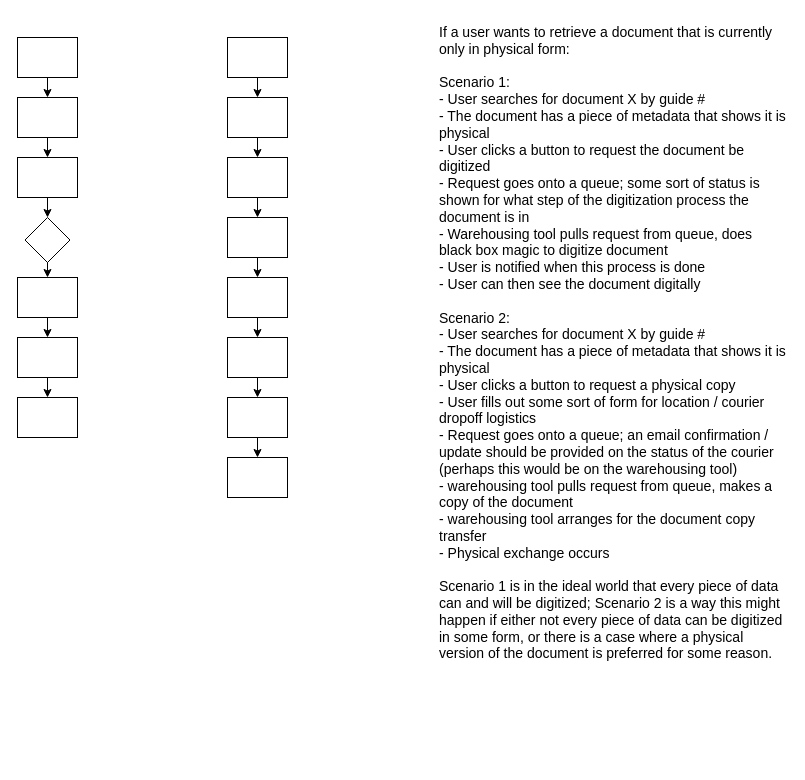
Above: page "Phys. Document Retrieval" (4 of 4) of Drawings/Workflows.drawio in flare891/rmslow (draw.io), before the change. Source tidied: cells renumbered, new cells numbered last; positions are measured from the earlier drawing's top-left corner, leaving out a move shared by most shapes. Both pictures are drawn from the tidied source at 100%, with x=0, y=0 at pixel (17, 17).
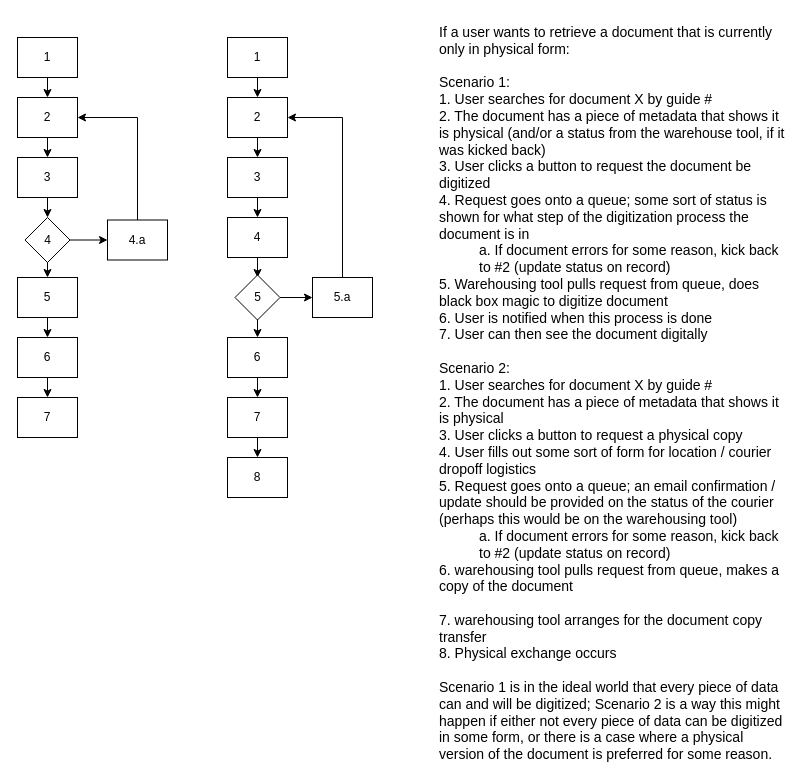
The same diagram, later.

The edit, as a diff of the source:
```diff
@@
-    <mxCell id="2" value="&lt;font style=&quot;font-size: 14px&quot;&gt;If a user wants to retrieve a document that is currently only in physical form:&lt;br&gt;&lt;br&gt;Scenario 1:&lt;br&gt;- User searches for document X by guide #&lt;br&gt;- The document has a piece of metadata that shows it is physical&lt;br&gt;- User clicks a button to request the document be digitized&lt;br&gt;- Request goes onto a queue; some sort of status is shown for what step of the digitization process the document is in&lt;br&gt;- Warehousing tool pulls request from queue, does black box magic to digitize document&lt;br&gt;- User is notified when this process is done&lt;br&gt;- User can then see the document digitally&lt;br&gt;&lt;br&gt;Scenario 2:&lt;br&gt;- User searches for document X by guide #&lt;br&gt;- The document has a piece of metadata that shows it is physical&lt;br&gt;- User clicks a button to request a physical copy&lt;br&gt;- User fills out some sort of form for location / courier dropoff logistics&lt;br&gt;- Request goes onto a queue; an email confirmation / update should be provided on the status of the courier (perhaps this would be on the warehousing tool)&lt;br&gt;- warehousing tool pulls request from queue, makes a copy of the document&lt;br&gt;- warehousing tool arranges for the document copy transfer&lt;br&gt;- Physical exchange occurs&lt;br&gt;&lt;br&gt;Scenario 1 is in the ideal world that every piece of data can and will be digitized; Scenario 2 is a way this might happen if either not every piece of data can be digitized in some form, or there is a case where a physical version of the document is preferred for some reason.&lt;/font&gt;" style="text;whiteSpace=wrap;html=1;fontSize=12;" parent="1" vertex="1">
-      <mxGeometry x="420" width="350" height="680" as="geometry" />
+    <mxCell id="2" value="&lt;font style=&quot;font-size: 14px&quot;&gt;If a user wants to retrieve a document that is currently only in physical form:&lt;br&gt;&lt;br&gt;Scenario 1:&lt;br&gt;1. User searches for document X by guide #&lt;br&gt;2. The document has a piece of metadata that shows it is physical (and/or a status from the warehouse tool, if it was kicked back)&lt;br&gt;3. User clicks a button to request the document be digitized&lt;br&gt;4. Request goes onto a queue; some sort of status is shown for what step of the digitization process the document is in&lt;br&gt;&lt;blockquote style=&quot;margin: 0 0 0 40px ; border: none ; padding: 0px&quot;&gt;&lt;font style=&quot;font-size: 14px&quot;&gt;a. If document errors for some reason, kick back to #2 (update status on record)&lt;/font&gt;&lt;/blockquote&gt;5. Warehousing tool pulls request from queue, does black box magic to digitize document&lt;br&gt;6. User is notified when this process is done&lt;br&gt;7. User can then see the document digitally&lt;br&gt;&lt;br&gt;Scenario 2:&lt;br&gt;1. User searches for document X by guide #&lt;br&gt;2. The document has a piece of metadata that shows it is physical&lt;br&gt;3. User clicks a button to request a physical copy&lt;br&gt;4. User fills out some sort of form for location / courier dropoff logistics&lt;br&gt;5. Request goes onto a queue; an email confirmation / update should be provided on the status of the courier (perhaps this would be on the warehousing tool)&lt;br&gt;&lt;blockquote style=&quot;margin: 0px 0px 0px 40px ; border: none ; padding: 0px&quot;&gt;a. If document errors for some reason, kick back to #2 (update status on record)&lt;/blockquote&gt;6. warehousing tool pulls request from queue, makes a copy of the document&lt;br&gt;&lt;br&gt;7. warehousing tool arranges for the document copy transfer&lt;br&gt;8. Physical exchange occurs&lt;br&gt;&lt;br&gt;Scenario 1 is in the ideal world that every piece of data can and will be digitized; Scenario 2 is a way this might happen if either not every piece of data can be digitized in some form, or there is a case where a physical version of the document is preferred for some reason.&lt;/font&gt;" style="text;whiteSpace=wrap;html=1;fontSize=12;" parent="1" vertex="1">
+      <mxGeometry x="420" width="350" height="740" as="geometry" />
     </mxCell>
-    <mxCell id="3" style="edgeStyle=orthogonalEdgeStyle;rounded=0;jettySize=auto;html=1;exitX=0.5;exitY=1;exitDx=0;exitDy=0;entryX=0.5;entryY=0;entryDx=0;entryDy=0;fontSize=12;" parent="1" edge="1" source="4" target="6">
+    <mxCell id="3" style="edgeStyle=orthogonalEdgeStyle;rounded=0;jettySize=auto;html=1;exitX=0.5;exitY=1;exitDx=0;exitDy=0;entryX=0.5;entryY=0;entryDx=0;entryDy=0;fontSize=12;align=center;" parent="1" edge="1" source="4" target="6">
       <mxGeometry relative="1" as="geometry" />
     </mxCell>
-    <mxCell id="4" style="rounded=0;whiteSpace=wrap;html=1;fontSize=12;align=left;" parent="1" vertex="1">
+    <mxCell id="4" value="1" style="rounded=0;whiteSpace=wrap;html=1;fontSize=12;align=center;" parent="1" vertex="1">
       <mxGeometry y="20" width="60" height="40" as="geometry" />
     </mxCell>
-    <mxCell id="5" style="edgeStyle=orthogonalEdgeStyle;rounded=0;jettySize=auto;html=1;exitX=0.5;exitY=1;exitDx=0;exitDy=0;entryX=0.5;entryY=0;entryDx=0;entryDy=0;fontSize=12;" parent="1" edge="1" source="6" target="8">
+    <mxCell id="5" style="edgeStyle=orthogonalEdgeStyle;rounded=0;jettySize=auto;html=1;exitX=0.5;exitY=1;exitDx=0;exitDy=0;entryX=0.5;entryY=0;entryDx=0;entryDy=0;fontSize=12;align=center;" parent="1" edge="1" source="6" target="8">
       <mxGeometry relative="1" as="geometry" />
     </mxCell>
-    <mxCell id="6" style="rounded=0;whiteSpace=wrap;html=1;fontSize=12;align=left;" parent="1" vertex="1">
+    <mxCell id="6" value="2" style="rounded=0;whiteSpace=wrap;html=1;fontSize=12;align=center;" parent="1" vertex="1">
       <mxGeometry y="80" width="60" height="40" as="geometry" />
     </mxCell>
-    <mxCell id="7" style="edgeStyle=orthogonalEdgeStyle;rounded=0;jettySize=auto;html=1;exitX=0.5;exitY=1;exitDx=0;exitDy=0;entryX=0.5;entryY=0;entryDx=0;entryDy=0;fontSize=12;" parent="1" edge="1" source="8">
+    <mxCell id="7" style="edgeStyle=orthogonalEdgeStyle;rounded=0;jettySize=auto;html=1;exitX=0.5;exitY=1;exitDx=0;exitDy=0;entryX=0.5;entryY=0;entryDx=0;entryDy=0;fontSize=12;align=center;" parent="1" edge="1" source="8">
       <mxGeometry relative="1" as="geometry">
         <mxPoint x="30" y="200" as="targetPoint" />
       </mxGeometry>
     </mxCell>
-    <mxCell id="8" style="rounded=0;whiteSpace=wrap;html=1;fontSize=12;align=left;" parent="1" vertex="1">
+    <mxCell id="8" value="3" style="rounded=0;whiteSpace=wrap;html=1;fontSize=12;align=center;" parent="1" vertex="1">
       <mxGeometry y="140" width="60" height="40" as="geometry" />
     </mxCell>
-    <mxCell id="9" style="edgeStyle=orthogonalEdgeStyle;rounded=0;jettySize=auto;html=1;exitX=0.5;exitY=1;exitDx=0;exitDy=0;entryX=0.5;entryY=0;entryDx=0;entryDy=0;fontSize=12;" parent="1" edge="1" target="11">
+    <mxCell id="9" style="edgeStyle=orthogonalEdgeStyle;rounded=0;jettySize=auto;html=1;exitX=0.5;exitY=1;exitDx=0;exitDy=0;entryX=0.5;entryY=0;entryDx=0;entryDy=0;fontSize=12;align=center;" parent="1" edge="1" target="11">
       <mxGeometry relative="1" as="geometry">
         <mxPoint x="30" y="240" as="sourcePoint" />
       </mxGeometry>
     </mxCell>
-    <mxCell id="10" style="edgeStyle=orthogonalEdgeStyle;rounded=0;jettySize=auto;html=1;exitX=0.5;exitY=1;exitDx=0;exitDy=0;entryX=0.5;entryY=0;entryDx=0;entryDy=0;fontSize=12;" parent="1" edge="1" source="11" target="13">
+    <mxCell id="10" style="edgeStyle=orthogonalEdgeStyle;rounded=0;jettySize=auto;html=1;exitX=0.5;exitY=1;exitDx=0;exitDy=0;entryX=0.5;entryY=0;entryDx=0;entryDy=0;fontSize=12;align=center;" parent="1" edge="1" source="11" target="13">
       <mxGeometry relative="1" as="geometry" />
     </mxCell>
-    <mxCell id="11" style="rounded=0;whiteSpace=wrap;html=1;fontSize=12;align=left;" parent="1" vertex="1">
+    <mxCell id="11" value="5" style="rounded=0;whiteSpace=wrap;html=1;fontSize=12;align=center;" parent="1" vertex="1">
       <mxGeometry y="260" width="60" height="40" as="geometry" />
     </mxCell>
-    <mxCell id="12" style="edgeStyle=orthogonalEdgeStyle;rounded=0;jettySize=auto;html=1;exitX=0.5;exitY=1;exitDx=0;exitDy=0;entryX=0.5;entryY=0;entryDx=0;entryDy=0;fontSize=12;" parent="1" edge="1" source="13" target="14">
+    <mxCell id="12" style="edgeStyle=orthogonalEdgeStyle;rounded=0;jettySize=auto;html=1;exitX=0.5;exitY=1;exitDx=0;exitDy=0;entryX=0.5;entryY=0;entryDx=0;entryDy=0;fontSize=12;align=center;" parent="1" edge="1" source="13" target="14">
       <mxGeometry relative="1" as="geometry" />
     </mxCell>
-    <mxCell id="13" style="rounded=0;whiteSpace=wrap;html=1;fontSize=12;align=left;" parent="1" vertex="1">
+    <mxCell id="13" value="6" style="rounded=0;whiteSpace=wrap;html=1;fontSize=12;align=center;" parent="1" vertex="1">
       <mxGeometry y="320" width="60" height="40" as="geometry" />
     </mxCell>
-    <mxCell id="14" style="rounded=0;whiteSpace=wrap;html=1;fontSize=12;align=left;" parent="1" vertex="1">
+    <mxCell id="14" value="7" style="rounded=0;whiteSpace=wrap;html=1;fontSize=12;align=center;" parent="1" vertex="1">
       <mxGeometry y="380" width="60" height="40" as="geometry" />
     </mxCell>
-    <mxCell id="15" style="edgeStyle=orthogonalEdgeStyle;rounded=0;jettySize=auto;html=1;exitX=0.5;exitY=1;exitDx=0;exitDy=0;entryX=0.5;entryY=0;entryDx=0;entryDy=0;fontSize=12;" parent="1" edge="1" source="16" target="18">
+    <mxCell id="15" style="edgeStyle=orthogonalEdgeStyle;rounded=0;jettySize=auto;html=1;exitX=0.5;exitY=1;exitDx=0;exitDy=0;entryX=0.5;entryY=0;entryDx=0;entryDy=0;fontSize=12;align=center;" parent="1" edge="1" source="16" target="18">
       <mxGeometry relative="1" as="geometry" />
     </mxCell>
-    <mxCell id="16" style="rounded=0;whiteSpace=wrap;html=1;fontSize=12;align=left;" parent="1" vertex="1">
+    <mxCell id="16" value="1" style="rounded=0;whiteSpace=wrap;html=1;fontSize=12;align=center;" parent="1" vertex="1">
       <mxGeometry x="210" y="20" width="60" height="40" as="geometry" />
     </mxCell>
-    <mxCell id="17" style="edgeStyle=orthogonalEdgeStyle;rounded=0;jettySize=auto;html=1;exitX=0.5;exitY=1;exitDx=0;exitDy=0;entryX=0.5;entryY=0;entryDx=0;entryDy=0;fontSize=12;" parent="1" edge="1" source="18" target="20">
+    <mxCell id="17" style="edgeStyle=orthogonalEdgeStyle;rounded=0;jettySize=auto;html=1;exitX=0.5;exitY=1;exitDx=0;exitDy=0;entryX=0.5;entryY=0;entryDx=0;entryDy=0;fontSize=12;align=center;" parent="1" edge="1" source="18" target="20">
       <mxGeometry relative="1" as="geometry" />
     </mxCell>
-    <mxCell id="18" style="rounded=0;whiteSpace=wrap;html=1;fontSize=12;align=left;" parent="1" vertex="1">
+    <mxCell id="18" value="2" style="rounded=0;whiteSpace=wrap;html=1;fontSize=12;align=center;" parent="1" vertex="1">
       <mxGeometry x="210" y="80" width="60" height="40" as="geometry" />
     </mxCell>
-    <mxCell id="19" style="edgeStyle=orthogonalEdgeStyle;rounded=0;jettySize=auto;html=1;exitX=0.5;exitY=1;exitDx=0;exitDy=0;entryX=0.5;entryY=0;entryDx=0;entryDy=0;fontSize=12;" parent="1" edge="1" source="20" target="22">
+    <mxCell id="19" style="edgeStyle=orthogonalEdgeStyle;rounded=0;jettySize=auto;html=1;exitX=0.5;exitY=1;exitDx=0;exitDy=0;entryX=0.5;entryY=0;entryDx=0;entryDy=0;fontSize=12;align=center;" parent="1" edge="1" source="20" target="22">
       <mxGeometry relative="1" as="geometry" />
     </mxCell>
-    <mxCell id="20" style="rounded=0;whiteSpace=wrap;html=1;fontSize=12;align=left;" parent="1" vertex="1">
+    <mxCell id="20" value="3" style="rounded=0;whiteSpace=wrap;html=1;fontSize=12;align=center;" parent="1" vertex="1">
       <mxGeometry x="210" y="140" width="60" height="40" as="geometry" />
     </mxCell>
-    <mxCell id="21" style="edgeStyle=orthogonalEdgeStyle;rounded=0;jettySize=auto;html=1;exitX=0.5;exitY=1;exitDx=0;exitDy=0;entryX=0.5;entryY=0;entryDx=0;entryDy=0;fontSize=12;" parent="1" edge="1" source="22" target="24">
-      <mxGeometry relative="1" as="geometry" />
+    <mxCell id="21" style="edgeStyle=orthogonalEdgeStyle;rounded=0;jettySize=auto;html=1;exitX=0.5;exitY=1;exitDx=0;exitDy=0;entryX=0.5;entryY=0;entryDx=0;entryDy=0;fontSize=12;align=center;" parent="1" edge="1" source="22">
+      <mxGeometry relative="1" as="geometry">
+        <mxPoint x="240" y="260" as="targetPoint" />
+      </mxGeometry>
     </mxCell>
-    <mxCell id="22" style="rounded=0;whiteSpace=wrap;html=1;fontSize=12;align=left;" parent="1" vertex="1">
+    <mxCell id="22" value="4" style="rounded=0;whiteSpace=wrap;html=1;fontSize=12;align=center;" parent="1" vertex="1">
       <mxGeometry x="210" y="200" width="60" height="40" as="geometry" />
     </mxCell>
-    <mxCell id="23" style="edgeStyle=orthogonalEdgeStyle;rounded=0;jettySize=auto;html=1;exitX=0.5;exitY=1;exitDx=0;exitDy=0;entryX=0.5;entryY=0;entryDx=0;entryDy=0;fontSize=12;" parent="1" edge="1" source="24" target="26">
-      <mxGeometry relative="1" as="geometry" />
+    <mxCell id="23" style="edgeStyle=orthogonalEdgeStyle;rounded=0;jettySize=auto;html=1;exitX=0.5;exitY=1;exitDx=0;exitDy=0;entryX=0.5;entryY=0;entryDx=0;entryDy=0;fontSize=12;align=center;" parent="1" edge="1" target="26">
+      <mxGeometry relative="1" as="geometry">
+        <mxPoint x="240" y="300" as="sourcePoint" />
+      </mxGeometry>
     </mxCell>
-    <mxCell id="24" style="rounded=0;whiteSpace=wrap;html=1;fontSize=12;align=left;" parent="1" vertex="1">
-      <mxGeometry x="210" y="260" width="60" height="40" as="geometry" />
-    </mxCell>
-    <mxCell id="25" style="edgeStyle=orthogonalEdgeStyle;rounded=0;jettySize=auto;html=1;exitX=0.5;exitY=1;exitDx=0;exitDy=0;entryX=0.5;entryY=0;entryDx=0;entryDy=0;fontSize=12;" parent="1" edge="1" source="26" target="28">
+    <mxCell id="25" style="edgeStyle=orthogonalEdgeStyle;rounded=0;jettySize=auto;html=1;exitX=0.5;exitY=1;exitDx=0;exitDy=0;entryX=0.5;entryY=0;entryDx=0;entryDy=0;fontSize=12;align=center;" parent="1" edge="1" source="26" target="28">
       <mxGeometry relative="1" as="geometry" />
     </mxCell>
-    <mxCell id="26" style="rounded=0;whiteSpace=wrap;html=1;fontSize=12;align=left;" parent="1" vertex="1">
+    <mxCell id="26" value="6" style="rounded=0;whiteSpace=wrap;html=1;fontSize=12;align=center;" parent="1" vertex="1">
       <mxGeometry x="210" y="320" width="60" height="40" as="geometry" />
     </mxCell>
-    <mxCell id="27" style="edgeStyle=orthogonalEdgeStyle;rounded=0;jettySize=auto;html=1;exitX=0.5;exitY=1;exitDx=0;exitDy=0;entryX=0.5;entryY=0;entryDx=0;entryDy=0;fontSize=12;" parent="1" edge="1" source="28" target="29">
+    <mxCell id="27" style="edgeStyle=orthogonalEdgeStyle;rounded=0;jettySize=auto;html=1;exitX=0.5;exitY=1;exitDx=0;exitDy=0;entryX=0.5;entryY=0;entryDx=0;entryDy=0;fontSize=12;align=center;" parent="1" edge="1" source="28" target="29">
       <mxGeometry relative="1" as="geometry" />
     </mxCell>
-    <mxCell id="28" style="rounded=0;whiteSpace=wrap;html=1;fontSize=12;align=left;" parent="1" vertex="1">
+    <mxCell id="28" value="7" style="rounded=0;whiteSpace=wrap;html=1;fontSize=12;align=center;" parent="1" vertex="1">
       <mxGeometry x="210" y="380" width="60" height="40" as="geometry" />
     </mxCell>
-    <mxCell id="29" style="rounded=0;whiteSpace=wrap;html=1;fontSize=12;align=left;" parent="1" vertex="1">
+    <mxCell id="29" value="8" style="rounded=0;whiteSpace=wrap;html=1;fontSize=12;align=center;" parent="1" vertex="1">
       <mxGeometry x="210" y="440" width="60" height="40" as="geometry" />
     </mxCell>
+    <mxCell id="31" style="edgeStyle=orthogonalEdgeStyle;rounded=0;jettySize=auto;html=1;exitX=1;exitY=0.5;exitDx=0;exitDy=0;entryX=0;entryY=0.5;entryDx=0;entryDy=0;align=center;" parent="1" edge="1" source="30" target="35">
+      <mxGeometry relative="1" as="geometry" />
+    </mxCell>
-    <mxCell id="30" style="rhombus;whiteSpace=wrap;html=1;fontSize=12;align=left;" parent="1" vertex="1">
+    <mxCell id="30" value="4" style="rhombus;whiteSpace=wrap;html=1;fontSize=12;align=center;" parent="1" vertex="1">
       <mxGeometry x="7.5" y="200" width="45" height="45" as="geometry" />
     </mxCell>
+    <mxCell id="32" style="edgeStyle=orthogonalEdgeStyle;rounded=0;jettySize=auto;html=1;exitX=1;exitY=0.5;exitDx=0;exitDy=0;entryX=0;entryY=0.5;entryDx=0;entryDy=0;align=center;" parent="1" edge="1" source="33" target="37">
+      <mxGeometry relative="1" as="geometry" />
+    </mxCell>
+    <mxCell id="33" value="5" style="rhombus;whiteSpace=wrap;html=1;fontSize=12;align=center;" parent="1" vertex="1">
+      <mxGeometry x="217.5" y="257.5" width="45" height="45" as="geometry" />
+    </mxCell>
+    <mxCell id="34" style="edgeStyle=orthogonalEdgeStyle;rounded=0;jettySize=auto;html=1;exitX=0.5;exitY=0;exitDx=0;exitDy=0;entryX=1;entryY=0.5;entryDx=0;entryDy=0;align=center;" parent="1" edge="1" source="35" target="6">
+      <mxGeometry relative="1" as="geometry" />
+    </mxCell>
+    <mxCell id="35" value="4.a" style="rounded=0;whiteSpace=wrap;html=1;fontSize=12;align=center;" parent="1" vertex="1">
+      <mxGeometry x="90" y="202.5" width="60" height="40" as="geometry" />
+    </mxCell>
+    <mxCell id="36" style="edgeStyle=orthogonalEdgeStyle;rounded=0;jettySize=auto;html=1;exitX=0.5;exitY=0;exitDx=0;exitDy=0;entryX=1;entryY=0.5;entryDx=0;entryDy=0;align=center;" parent="1" edge="1" source="37" target="18">
+      <mxGeometry relative="1" as="geometry" />
+    </mxCell>
+    <mxCell id="37" value="5.a" style="rounded=0;whiteSpace=wrap;html=1;fontSize=12;align=center;" parent="1" vertex="1">
+      <mxGeometry x="295" y="260" width="60" height="40" as="geometry" />
+    </mxCell>
```
